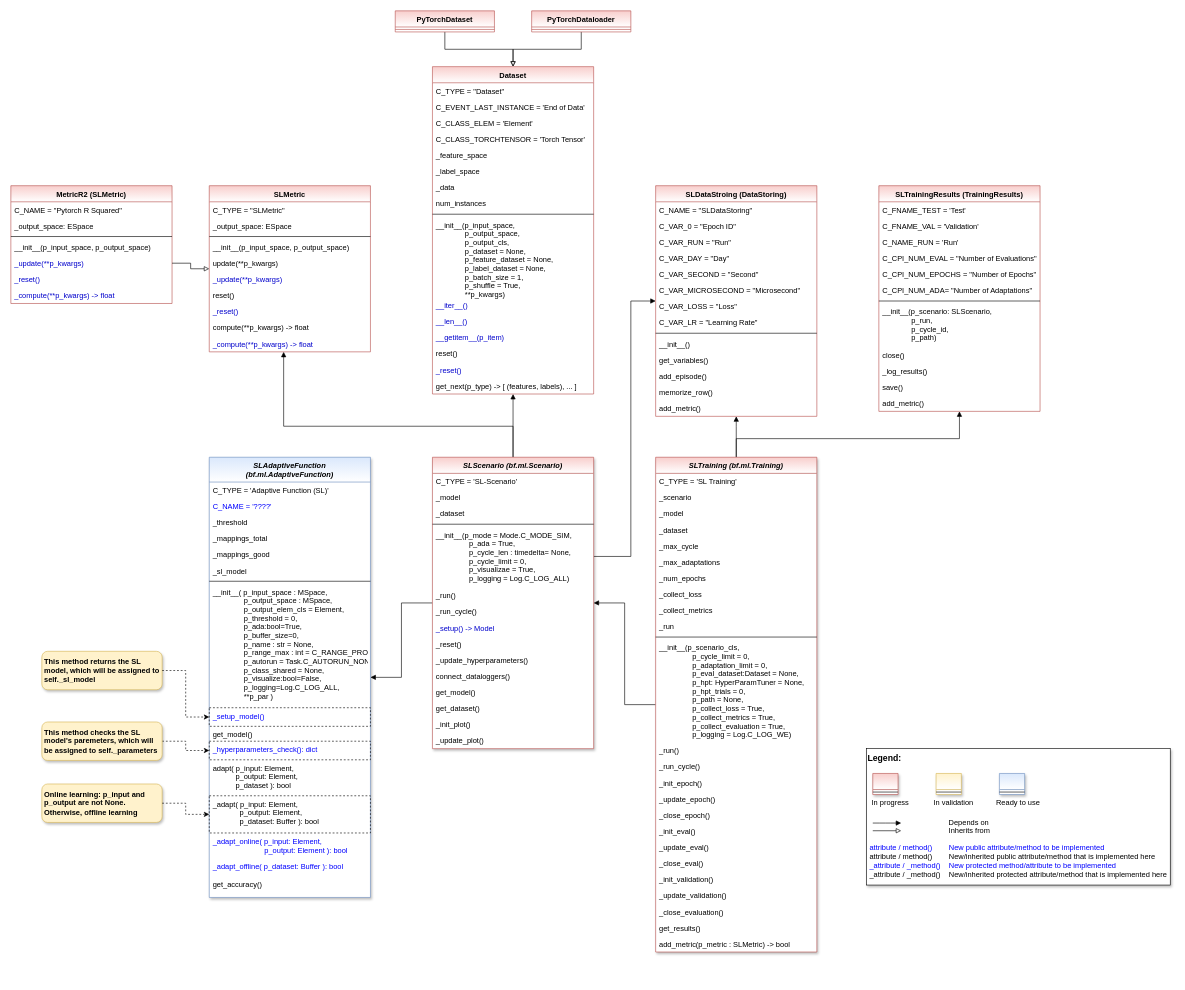
Above: page "Page-1" (1 of 2) of doc/rtd/content/04_appendices/appendix2/sub/core/mlpro_sl/images/MLPro-SL-Basics_class_diagram.drawio in fhswf/MLPro (draw.io), before the change. Source tidied: cells renumbered, new cells numbered last; positions are measured from the earlier drawing's top-left corner, leaving out a move shared by most shapes. Both pictures are drawn from the tidied source at 62%, with x=0, y=0 at pixel (11, 11).
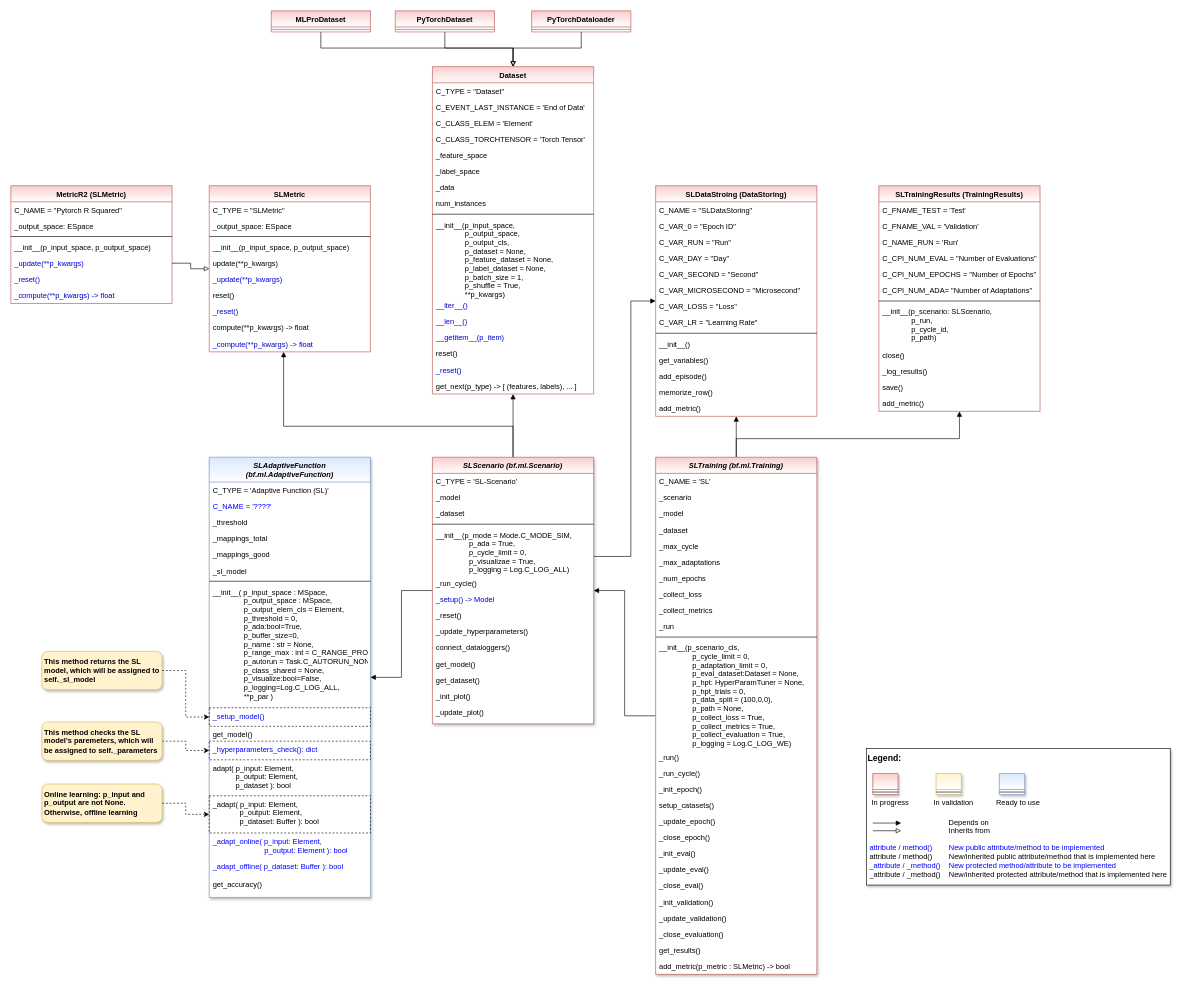
After the change.

The change refers to these unchanged cells:
```xml
<mxCell id="132" value="Dataset" style="swimlane;fontStyle=1;align=center;verticalAlign=top;horizontal=1;startSize=26;fillColor=#f8cecc;strokeColor=#b85450;gradientColor=#FFFFFF;swimlaneFillColor=default;" parent="1" vertex="1">
  <mxGeometry x="680" y="90" width="260" height="528" as="geometry" />
</mxCell>
<mxCell id="150" value="PyTorchDataloader" style="swimlane;fontStyle=1;align=center;verticalAlign=top;horizontal=1;startSize=26;fillColor=#f8cecc;strokeColor=#b85450;gradientColor=#FFFFFF;" parent="1" vertex="1">
  <mxGeometry x="840" width="160" height="34" as="geometry" />
</mxCell>
<mxCell id="153" value="PyTorchDataset" style="swimlane;fontStyle=1;align=center;verticalAlign=top;horizontal=1;startSize=26;fillColor=#f8cecc;strokeColor=#b85450;gradientColor=#FFFFFF;" parent="1" vertex="1">
  <mxGeometry x="620" width="160" height="34" as="geometry" />
</mxCell>
```

What changed in the source:
```diff
@@
     <mxCell id="23" value="SLTraining (bf.ml.Training)" style="swimlane;fontStyle=3;align=center;verticalAlign=top;horizontal=1;startSize=26;rounded=0;shadow=1;strokeWidth=1;fillColor=#f8cecc;strokeColor=#b85450;swimlaneFillColor=#ffffff;gradientColor=#ffffff;" parent="1" vertex="1">
-      <mxGeometry x="1040" y="720" width="260" height="798" as="geometry" />
+      <mxGeometry x="1040" y="720" width="260" height="834" as="geometry" />
     </mxCell>
-    <mxCell id="24" value="C_TYPE = 'SL Training'" style="text;align=left;verticalAlign=top;spacingLeft=4;spacingRight=4;overflow=hidden;" parent="23" vertex="1">
+    <mxCell id="24" value="C_NAME = 'SL'" style="text;align=left;verticalAlign=top;spacingLeft=4;spacingRight=4;overflow=hidden;" parent="23" vertex="1">
       <mxGeometry y="26" width="260" height="26" as="geometry" />
     </mxCell>
@@
-    <mxCell id="35" value="__init__(p_scenario_cls,&#10;                p_cycle_limit = 0,&#10;                p_adaptation_limit = 0,&#10;                p_eval_dataset:Dataset = None,&#10;                p_hpt: HyperParamTuner = None,&#10;                p_hpt_trials = 0,&#10;                p_path = None,&#10;                p_collect_loss = True,&#10;                p_collect_metrics = True,&#10;                p_collect_evaluation = True,&#10;                p_logging = Log.C_LOG_WE)" style="text;align=left;verticalAlign=top;spacingLeft=4;spacingRight=4;overflow=hidden;" parent="23" vertex="1">
-      <mxGeometry y="294" width="260" height="166" as="geometry" />
+    <mxCell id="35" value="__init__(p_scenario_cls,&#10;                p_cycle_limit = 0,&#10;                p_adaptation_limit = 0,&#10;                p_eval_dataset:Dataset = None,&#10;                p_hpt: HyperParamTuner = None,&#10;                p_hpt_trials = 0,&#10;                p_data_split = (100,0,0),&#10;                p_path = None,&#10;                p_collect_loss = True,&#10;                p_collect_metrics = True,&#10;                p_collect_evaluation = True,&#10;                p_logging = Log.C_LOG_WE)" style="text;align=left;verticalAlign=top;spacingLeft=4;spacingRight=4;overflow=hidden;" parent="23" vertex="1">
+      <mxGeometry y="294" width="260" height="176" as="geometry" />
     </mxCell>
     <mxCell id="36" value="_run()" style="text;align=left;verticalAlign=top;spacingLeft=4;spacingRight=4;overflow=hidden;" parent="23" vertex="1">
-      <mxGeometry y="460" width="260" height="26" as="geometry" />
+      <mxGeometry y="470" width="260" height="26" as="geometry" />
     </mxCell>
     <mxCell id="37" value="_run_cycle()" style="text;align=left;verticalAlign=top;spacingLeft=4;spacingRight=4;overflow=hidden;" parent="23" vertex="1">
-      <mxGeometry y="486" width="260" height="26" as="geometry" />
+      <mxGeometry y="496" width="260" height="26" as="geometry" />
     </mxCell>
     <mxCell id="38" value="_init_epoch()" style="text;align=left;verticalAlign=top;spacingLeft=4;spacingRight=4;overflow=hidden;" parent="23" vertex="1">
-      <mxGeometry y="512" width="260" height="26" as="geometry" />
+      <mxGeometry y="522" width="260" height="26" as="geometry" />
     </mxCell>
+    <mxCell id="155" value="setup_catasets()" style="text;align=left;verticalAlign=top;spacingLeft=4;spacingRight=4;overflow=hidden;" parent="23" vertex="1">
+      <mxGeometry y="548" width="260" height="26" as="geometry" />
+    </mxCell>
     <mxCell id="39" value="_update_epoch()" style="text;align=left;verticalAlign=top;spacingLeft=4;spacingRight=4;overflow=hidden;" parent="23" vertex="1">
-      <mxGeometry y="538" width="260" height="26" as="geometry" />
+      <mxGeometry y="574" width="260" height="26" as="geometry" />
     </mxCell>
     <mxCell id="40" value="_close_epoch()" style="text;align=left;verticalAlign=top;spacingLeft=4;spacingRight=4;overflow=hidden;" parent="23" vertex="1">
-      <mxGeometry y="564" width="260" height="26" as="geometry" />
+      <mxGeometry y="600" width="260" height="26" as="geometry" />
     </mxCell>
     <mxCell id="41" value="_init_eval()" style="text;align=left;verticalAlign=top;spacingLeft=4;spacingRight=4;overflow=hidden;" parent="23" vertex="1">
-      <mxGeometry y="590" width="260" height="26" as="geometry" />
+      <mxGeometry y="626" width="260" height="26" as="geometry" />
     </mxCell>
     <mxCell id="42" value="_update_eval()" style="text;align=left;verticalAlign=top;spacingLeft=4;spacingRight=4;overflow=hidden;" parent="23" vertex="1">
-      <mxGeometry y="616" width="260" height="26" as="geometry" />
+      <mxGeometry y="652" width="260" height="26" as="geometry" />
     </mxCell>
     <mxCell id="43" value="_close_eval()" style="text;align=left;verticalAlign=top;spacingLeft=4;spacingRight=4;overflow=hidden;" parent="23" vertex="1">
-      <mxGeometry y="642" width="260" height="26" as="geometry" />
+      <mxGeometry y="678" width="260" height="26" as="geometry" />
     </mxCell>
     <mxCell id="44" value="_init_validation()" style="text;align=left;verticalAlign=top;spacingLeft=4;spacingRight=4;overflow=hidden;" parent="23" vertex="1">
-      <mxGeometry y="668" width="260" height="26" as="geometry" />
+      <mxGeometry y="704" width="260" height="26" as="geometry" />
     </mxCell>
     <mxCell id="45" value="_update_validation()" style="text;align=left;verticalAlign=top;spacingLeft=4;spacingRight=4;overflow=hidden;" parent="23" vertex="1">
-      <mxGeometry y="694" width="260" height="26" as="geometry" />
+      <mxGeometry y="730" width="260" height="26" as="geometry" />
     </mxCell>
     <mxCell id="46" value="_close_evaluation()" style="text;align=left;verticalAlign=top;spacingLeft=4;spacingRight=4;overflow=hidden;" parent="23" vertex="1">
-      <mxGeometry y="720" width="260" height="26" as="geometry" />
+      <mxGeometry y="756" width="260" height="26" as="geometry" />
     </mxCell>
     <mxCell id="47" value="get_results()" style="text;align=left;verticalAlign=top;spacingLeft=4;spacingRight=4;overflow=hidden;" parent="23" vertex="1">
-      <mxGeometry y="746" width="260" height="26" as="geometry" />
+      <mxGeometry y="782" width="260" height="26" as="geometry" />
     </mxCell>
     <mxCell id="48" value="add_metric(p_metric : SLMetric) -&gt; bool" style="text;align=left;verticalAlign=top;spacingLeft=4;spacingRight=4;overflow=hidden;" parent="23" vertex="1">
-      <mxGeometry y="772" width="260" height="26" as="geometry" />
+      <mxGeometry y="808" width="260" height="26" as="geometry" />
     </mxCell>
@@
     <mxCell id="62" value="SLScenario (bf.ml.Scenario)" style="swimlane;fontStyle=3;align=center;verticalAlign=top;horizontal=1;startSize=26;rounded=0;shadow=1;strokeWidth=1;fillColor=#f8cecc;strokeColor=#b85450;swimlaneFillColor=#ffffff;gradientColor=#ffffff;" parent="1" vertex="1">
-      <mxGeometry x="680" y="720" width="260" height="470" as="geometry" />
+      <mxGeometry x="680" y="720" width="260" height="430" as="geometry" />
     </mxCell>
@@
-    <mxCell id="67" value="__init__(p_mode = Mode.C_MODE_SIM,&#10;                p_ada = True,&#10;                p_cycle_len : timedelta= None,&#10;                p_cycle_limit = 0,&#10;                p_visualizae = True,&#10;                p_logging = Log.C_LOG_ALL)" style="text;align=left;verticalAlign=top;spacingLeft=4;spacingRight=4;overflow=hidden;" parent="62" vertex="1">
-      <mxGeometry y="112" width="260" height="98" as="geometry" />
+    <mxCell id="67" value="__init__(p_mode = Mode.C_MODE_SIM,&#10;                p_ada = True,&#10;                p_cycle_limit = 0,&#10;                p_visualizae = True,&#10;                p_logging = Log.C_LOG_ALL)" style="text;align=left;verticalAlign=top;spacingLeft=4;spacingRight=4;overflow=hidden;" parent="62" vertex="1">
+      <mxGeometry y="112" width="260" height="78" as="geometry" />
     </mxCell>
-    <mxCell id="68" value="_run()" style="text;align=left;verticalAlign=top;spacingLeft=4;spacingRight=4;overflow=hidden;" parent="62" vertex="1">
-      <mxGeometry y="210" width="260" height="26" as="geometry" />
-    </mxCell>
     <mxCell id="69" value="_run_cycle()" style="text;align=left;verticalAlign=top;spacingLeft=4;spacingRight=4;overflow=hidden;" parent="62" vertex="1">
-      <mxGeometry y="236" width="260" height="26" as="geometry" />
+      <mxGeometry y="190" width="260" height="26" as="geometry" />
     </mxCell>
     <mxCell id="70" value="_setup() -&gt; Model" style="text;align=left;verticalAlign=top;spacingLeft=4;spacingRight=4;overflow=hidden;fontColor=#0000CC;" parent="62" vertex="1">
-      <mxGeometry y="262" width="260" height="26" as="geometry" />
+      <mxGeometry y="216" width="260" height="26" as="geometry" />
     </mxCell>
     <mxCell id="71" value="_reset()" style="text;align=left;verticalAlign=top;spacingLeft=4;spacingRight=4;overflow=hidden;" parent="62" vertex="1">
-      <mxGeometry y="288" width="260" height="26" as="geometry" />
+      <mxGeometry y="242" width="260" height="26" as="geometry" />
     </mxCell>
     <mxCell id="72" value="_update_hyperparameters()" style="text;align=left;verticalAlign=top;spacingLeft=4;spacingRight=4;overflow=hidden;" parent="62" vertex="1">
-      <mxGeometry y="314" width="260" height="26" as="geometry" />
+      <mxGeometry y="268" width="260" height="26" as="geometry" />
     </mxCell>
     <mxCell id="73" value="connect_dataloggers()" style="text;align=left;verticalAlign=top;spacingLeft=4;spacingRight=4;overflow=hidden;" parent="62" vertex="1">
-      <mxGeometry y="340" width="260" height="26" as="geometry" />
+      <mxGeometry y="294" width="260" height="26" as="geometry" />
     </mxCell>
     <mxCell id="74" value="get_model()" style="text;align=left;verticalAlign=top;spacingLeft=4;spacingRight=4;overflow=hidden;" parent="62" vertex="1">
-      <mxGeometry y="366" width="260" height="26" as="geometry" />
+      <mxGeometry y="320" width="260" height="26" as="geometry" />
     </mxCell>
     <mxCell id="75" value="get_dataset()" style="text;align=left;verticalAlign=top;spacingLeft=4;spacingRight=4;overflow=hidden;" parent="62" vertex="1">
-      <mxGeometry y="392" width="260" height="26" as="geometry" />
+      <mxGeometry y="346" width="260" height="26" as="geometry" />
     </mxCell>
     <mxCell id="76" value="_init_plot()" style="text;align=left;verticalAlign=top;spacingLeft=4;spacingRight=4;overflow=hidden;" parent="62" vertex="1">
-      <mxGeometry y="418" width="260" height="26" as="geometry" />
+      <mxGeometry y="372" width="260" height="26" as="geometry" />
     </mxCell>
     <mxCell id="77" value="_update_plot()" style="text;align=left;verticalAlign=top;spacingLeft=4;spacingRight=4;overflow=hidden;" parent="62" vertex="1">
-      <mxGeometry y="444" width="260" height="26" as="geometry" />
+      <mxGeometry y="398" width="260" height="26" as="geometry" />
     </mxCell>
@@
     <mxCell id="149" style="edgeStyle=orthogonalEdgeStyle;rounded=0;jettySize=auto;html=1;fontColor=default;endArrow=block;endFill=0;" parent="1" edge="1" source="150" target="132">
-      <mxGeometry relative="1" as="geometry" />
+      <mxGeometry relative="1" as="geometry">
+        <Array as="points">
+          <mxPoint x="920" y="60" />
+          <mxPoint x="810" y="60" />
+        </Array>
+      </mxGeometry>
     </mxCell>
@@
     <mxCell id="152" style="edgeStyle=orthogonalEdgeStyle;rounded=0;jettySize=auto;html=1;fontColor=default;endArrow=block;endFill=0;" parent="1" edge="1" source="153" target="132">
-      <mxGeometry relative="1" as="geometry" />
+      <mxGeometry relative="1" as="geometry">
+        <Array as="points">
+          <mxPoint x="700" y="60" />
+          <mxPoint x="810" y="60" />
+        </Array>
+      </mxGeometry>
     </mxCell>
@@
+    <mxCell id="156" style="edgeStyle=orthogonalEdgeStyle;rounded=0;jettySize=auto;html=1;fontColor=default;endArrow=block;endFill=0;" parent="1" edge="1" source="157" target="132">
+      <mxGeometry relative="1" as="geometry">
+        <Array as="points">
+          <mxPoint x="500" y="60" />
+          <mxPoint x="810" y="60" />
+        </Array>
+      </mxGeometry>
+    </mxCell>
+    <mxCell id="157" value="MLProDataset" style="swimlane;fontStyle=1;align=center;verticalAlign=top;horizontal=1;startSize=26;fillColor=#f8cecc;strokeColor=#b85450;gradientColor=#FFFFFF;" parent="1" vertex="1">
+      <mxGeometry x="420" width="160" height="34" as="geometry" />
+    </mxCell>
+    <mxCell id="158" style="line;strokeWidth=1;fillColor=#f8cecc;align=left;verticalAlign=middle;spacingTop=-1;spacingLeft=3;spacingRight=3;labelPosition=right;strokeColor=#b85450;gradientColor=#FFFFFF;" parent="157" vertex="1">
+      <mxGeometry y="26" width="160" height="8" as="geometry" />
+    </mxCell>
```
